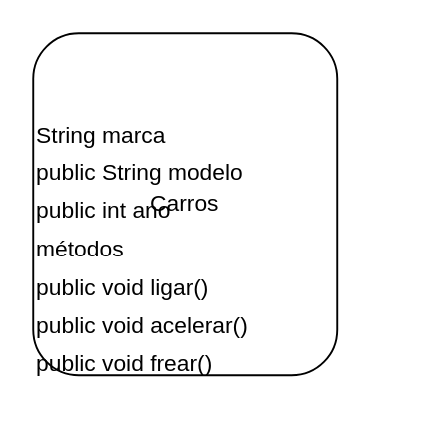
Before: src/main/java/org/example/atividade2_rev02/Carrps.drawio in cleberkirch86/Prog1-Atividade2, a draw.io diagram. Source tidied: cells renumbered, new cells numbered last; positions are measured from the earlier drawing's top-left corner, leaving out a move shared by most shapes. Both pictures are drawn from the tidied source at 190%, with x=0, y=0 at pixel (32, 32).
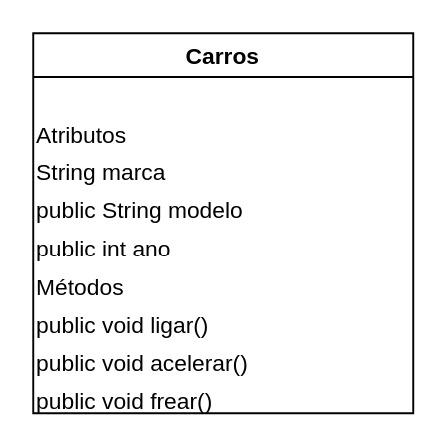
The same page after the edit.

Diff of the diagram source:
```diff
@@
 <mxGraphModel>
   <root>
     <mxCell id="0" />
     <mxCell id="1" parent="0" />
-    <mxCell id="2" value="Carros" style="rounded=1;whiteSpace=wrap;html=1;" parent="1" vertex="1">
-      <mxGeometry width="160" height="180" as="geometry" />
+    <mxCell id="2" value="Carros" style="swimlane;fontStyle=1;" parent="1" vertex="1">
+      <mxGeometry width="200" height="200" as="geometry" />
     </mxCell>
-    <mxCell id="3" value="String marca" style="text;html=1;" parent="2" vertex="1">
-      <mxGeometry y="40" width="160" height="20" as="geometry" />
+    <mxCell id="3" value="Atributos" style="text;html=1;" parent="2" vertex="1">
+      <mxGeometry y="40" width="200" height="20" as="geometry" />
     </mxCell>
-    <mxCell id="4" value="public String modelo" style="text;html=1;" parent="2" vertex="1">
-      <mxGeometry y="60" width="160" height="20" as="geometry" />
+    <mxCell id="4" value="String marca" style="text;html=1;" parent="2" vertex="1">
+      <mxGeometry y="60" width="200" height="20" as="geometry" />
     </mxCell>
-    <mxCell id="5" value="public int ano" style="text;html=1;" parent="2" vertex="1">
-      <mxGeometry y="80" width="160" height="20" as="geometry" />
+    <mxCell id="5" value="public String modelo" style="text;html=1;" parent="2" vertex="1">
+      <mxGeometry y="80" width="200" height="20" as="geometry" />
     </mxCell>
-    <mxCell id="6" value="métodos" style="text;html=1;" parent="2" vertex="1">
-      <mxGeometry y="100" width="160" height="20" as="geometry" />
+    <mxCell id="6" value="public int ano" style="text;html=1;" parent="2" vertex="1">
+      <mxGeometry y="100" width="200" height="20" as="geometry" />
     </mxCell>
-    <mxCell id="7" value="public void ligar()" style="text;html=1;" parent="2" vertex="1">
-      <mxGeometry y="120" width="160" height="20" as="geometry" />
+    <mxCell id="7" value="Métodos" style="text;html=1;" parent="2" vertex="1">
+      <mxGeometry y="120" width="200" height="20" as="geometry" />
     </mxCell>
-    <mxCell id="8" value="public void acelerar()" style="text;html=1;" parent="2" vertex="1">
-      <mxGeometry y="140" width="160" height="20" as="geometry" />
+    <mxCell id="8" value="public void ligar()" style="text;html=1;" parent="2" vertex="1">
+      <mxGeometry y="140" width="200" height="20" as="geometry" />
     </mxCell>
-    <mxCell id="9" value="public void frear()" style="text;html=1;" parent="2" vertex="1">
-      <mxGeometry y="160" width="160" height="20" as="geometry" />
+    <mxCell id="9" value="public void acelerar()" style="text;html=1;" parent="2" vertex="1">
+      <mxGeometry y="160" width="200" height="20" as="geometry" />
     </mxCell>
+    <mxCell id="10" value="public void frear()" style="text;html=1;" parent="2" vertex="1">
+      <mxGeometry y="180" width="200" height="20" as="geometry" />
+    </mxCell>
   </root>
 </mxGraphModel>
```
